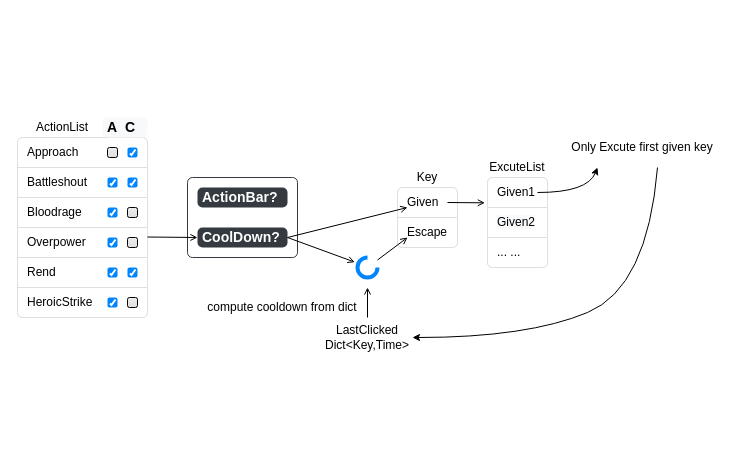
Earlier version of the draw.io diagram KillTargetAction.drawio (YannieCheung/botgrams). Source tidied: cells renumbered, new cells numbered last; positions are measured from the earlier drawing's top-left corner, leaving out a move shared by most shapes. Both pictures are drawn from the tidied source at 100%, with x=0, y=0 at pixel (17, 117).
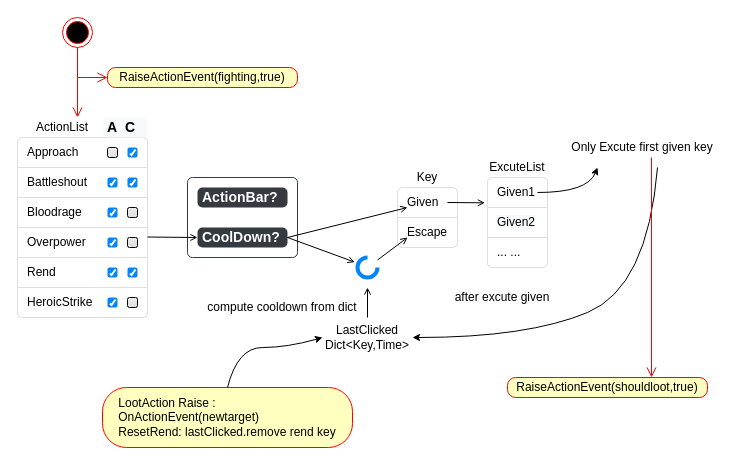
Above is the later version.

Unchanged cells that the change refers to:
```xml
<mxCell id="28" value="ActionList" style="text;html=1;strokeColor=none;fillColor=none;align=center;verticalAlign=middle;whiteSpace=wrap;rounded=0;" parent="1" vertex="1">
  <mxGeometry x="15" width="60" height="20" as="geometry" />
</mxCell>
<mxCell id="35" value="LastClicked Dict&amp;lt;Key,Time&amp;gt;" style="text;html=1;strokeColor=none;fillColor=none;align=center;verticalAlign=middle;whiteSpace=wrap;rounded=0;" parent="1" vertex="1">
  <mxGeometry x="305" y="210" width="90" height="20" as="geometry" />
</mxCell>
<mxCell id="43" value="Only Excute first given key" style="text;html=1;strokeColor=none;fillColor=none;align=center;verticalAlign=middle;whiteSpace=wrap;rounded=0;" parent="1" vertex="1">
  <mxGeometry x="550" y="20" width="150" height="20" as="geometry" />
</mxCell>
```

Diff of the diagram source:
```diff
@@
+    <mxCell id="47" value="after excute given" style="text;html=1;strokeColor=none;fillColor=none;align=center;verticalAlign=middle;whiteSpace=wrap;rounded=0;" parent="1" vertex="1">
+      <mxGeometry x="410" y="170" width="150" height="20" as="geometry" />
+    </mxCell>
+    <mxCell id="48" value="&lt;span style=&quot;text-align: left;&quot;&gt;RaiseActionEvent(shouldloot,true)&lt;/span&gt;" style="rounded=1;whiteSpace=wrap;html=1;arcSize=40;fontColor=#000000;fillColor=#ffffc0;strokeColor=#ff0000;" parent="1" vertex="1">
+      <mxGeometry x="490" y="260" width="200" height="20" as="geometry" />
+    </mxCell>
+    <mxCell id="49" style="edgeStyle=orthogonalEdgeStyle;html=1;verticalAlign=bottom;endArrow=open;endSize=8;strokeColor=#ff0000;rounded=0;exitX=0.56;exitY=1;exitDx=0;exitDy=0;exitPerimeter=0;entryX=0.72;entryY=0;entryDx=0;entryDy=0;entryPerimeter=0;" parent="1" edge="1" source="43" target="48">
+      <mxGeometry relative="1" as="geometry" />
+    </mxCell>
+    <mxCell id="50" value="&lt;span style=&quot;text-align: left;&quot;&gt;RaiseActionEvent(fighting,true)&lt;/span&gt;" style="rounded=1;whiteSpace=wrap;html=1;arcSize=40;fontColor=#000000;fillColor=#ffffc0;strokeColor=#ff0000;" parent="1" vertex="1">
+      <mxGeometry x="90" y="-50" width="190" height="20" as="geometry" />
+    </mxCell>
+    <mxCell id="51" style="edgeStyle=orthogonalEdgeStyle;html=1;verticalAlign=bottom;endArrow=open;endSize=8;strokeColor=#ff0000;rounded=0;entryX=0.75;entryY=0;entryDx=0;entryDy=0;exitX=0.5;exitY=1;exitDx=0;exitDy=0;" parent="1" edge="1" source="52" target="28">
+      <mxGeometry relative="1" as="geometry">
+        <Array as="points">
+          <mxPoint x="60" />
+          <mxPoint x="60" />
+        </Array>
+      </mxGeometry>
+    </mxCell>
+    <mxCell id="52" style="ellipse;html=1;shape=endState;fillColor=#000000;strokeColor=#ff0000;" parent="1" vertex="1">
+      <mxGeometry x="45" y="-100" width="30" height="30" as="geometry" />
+    </mxCell>
+    <mxCell id="53" style="edgeStyle=orthogonalEdgeStyle;html=1;verticalAlign=bottom;endArrow=open;endSize=8;strokeColor=#ff0000;rounded=0;" parent="1" edge="1">
+      <mxGeometry relative="1" as="geometry">
+        <mxPoint x="60" y="-40" as="sourcePoint" />
+        <mxPoint x="90" y="-40" as="targetPoint" />
+      </mxGeometry>
+    </mxCell>
+    <mxCell id="54" value="&lt;div style=&quot;text-align: left;&quot;&gt;&lt;br&gt;&lt;/div&gt;&lt;div style=&quot;text-align: left;&quot;&gt;LootAction Raise :&lt;span style=&quot;background-color: initial;&quot;&gt;&lt;br&gt;&lt;/span&gt;&lt;/div&gt;&lt;div style=&quot;text-align: left;&quot;&gt;&lt;span style=&quot;background-color: initial;&quot;&gt;OnActionEvent(&lt;/span&gt;&lt;span style=&quot;background-color: initial;&quot;&gt;newtarget&lt;/span&gt;&lt;span style=&quot;background-color: initial;&quot;&gt;)&lt;/span&gt;&lt;/div&gt;&lt;div style=&quot;text-align: left;&quot;&gt;&lt;span style=&quot;background-color: initial;&quot;&gt;ResetRend: lastClicked.remove rend key&lt;br&gt;&lt;/span&gt;&lt;/div&gt;&lt;div style=&quot;text-align: left;&quot;&gt;&lt;br&gt;&lt;/div&gt;" style="rounded=1;whiteSpace=wrap;html=1;arcSize=40;fontColor=#000000;fillColor=#ffffc0;strokeColor=#ff0000;" parent="1" vertex="1">
+      <mxGeometry x="85" y="270" width="250" height="60" as="geometry" />
+    </mxCell>
+    <mxCell id="55" style="curved=1;endArrow=classic;html=1;rounded=0;startSize=0;endSize=5;entryX=0;entryY=0.5;entryDx=0;entryDy=0;exitX=0.5;exitY=0;exitDx=0;exitDy=0;" parent="1" edge="1" source="54" target="35">
+      <mxGeometry relative="1" as="geometry">
+        <Array as="points">
+          <mxPoint x="220" y="230" />
+          <mxPoint x="270" y="230" />
+        </Array>
+      </mxGeometry>
+    </mxCell>
```
